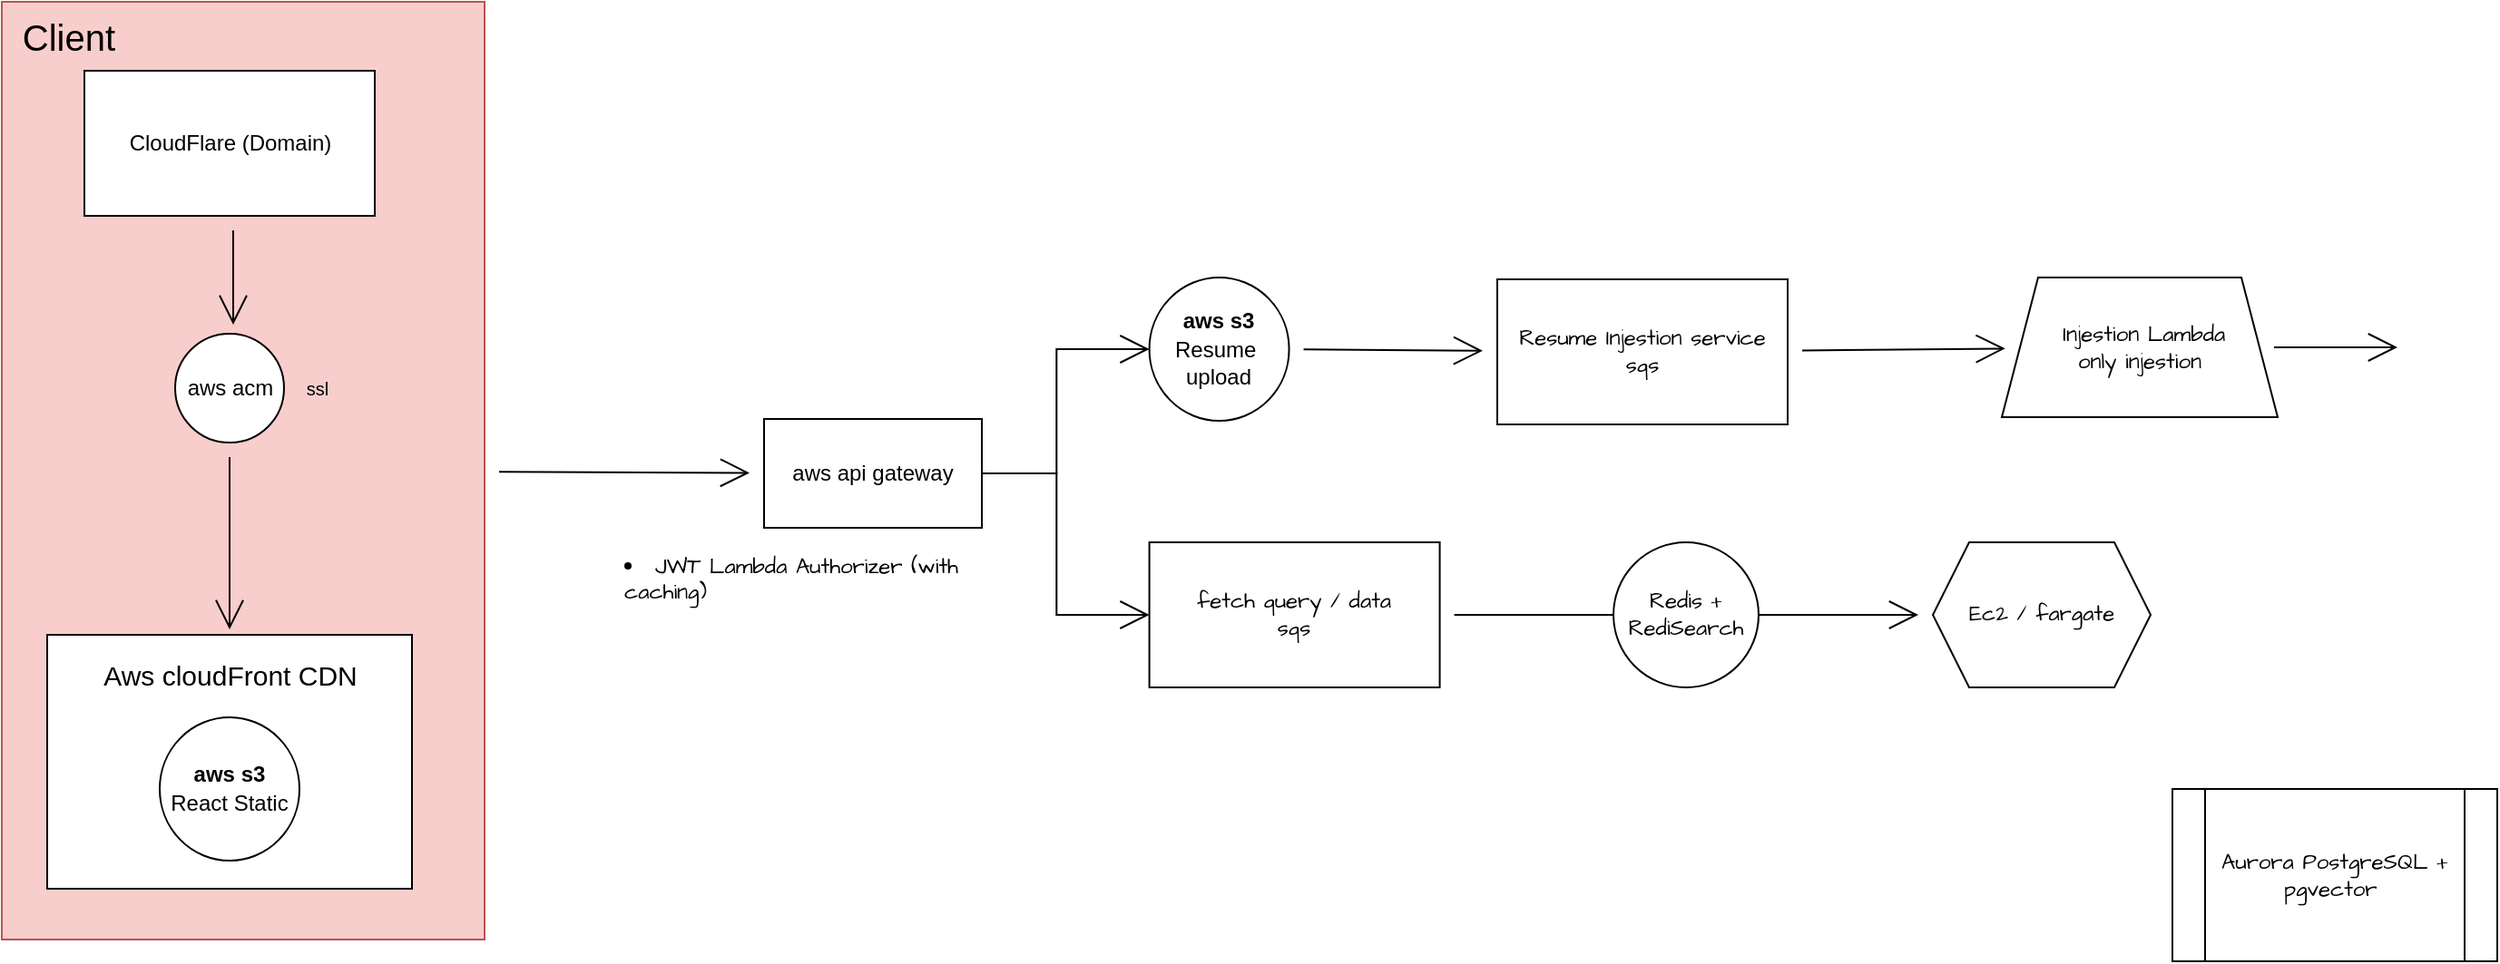
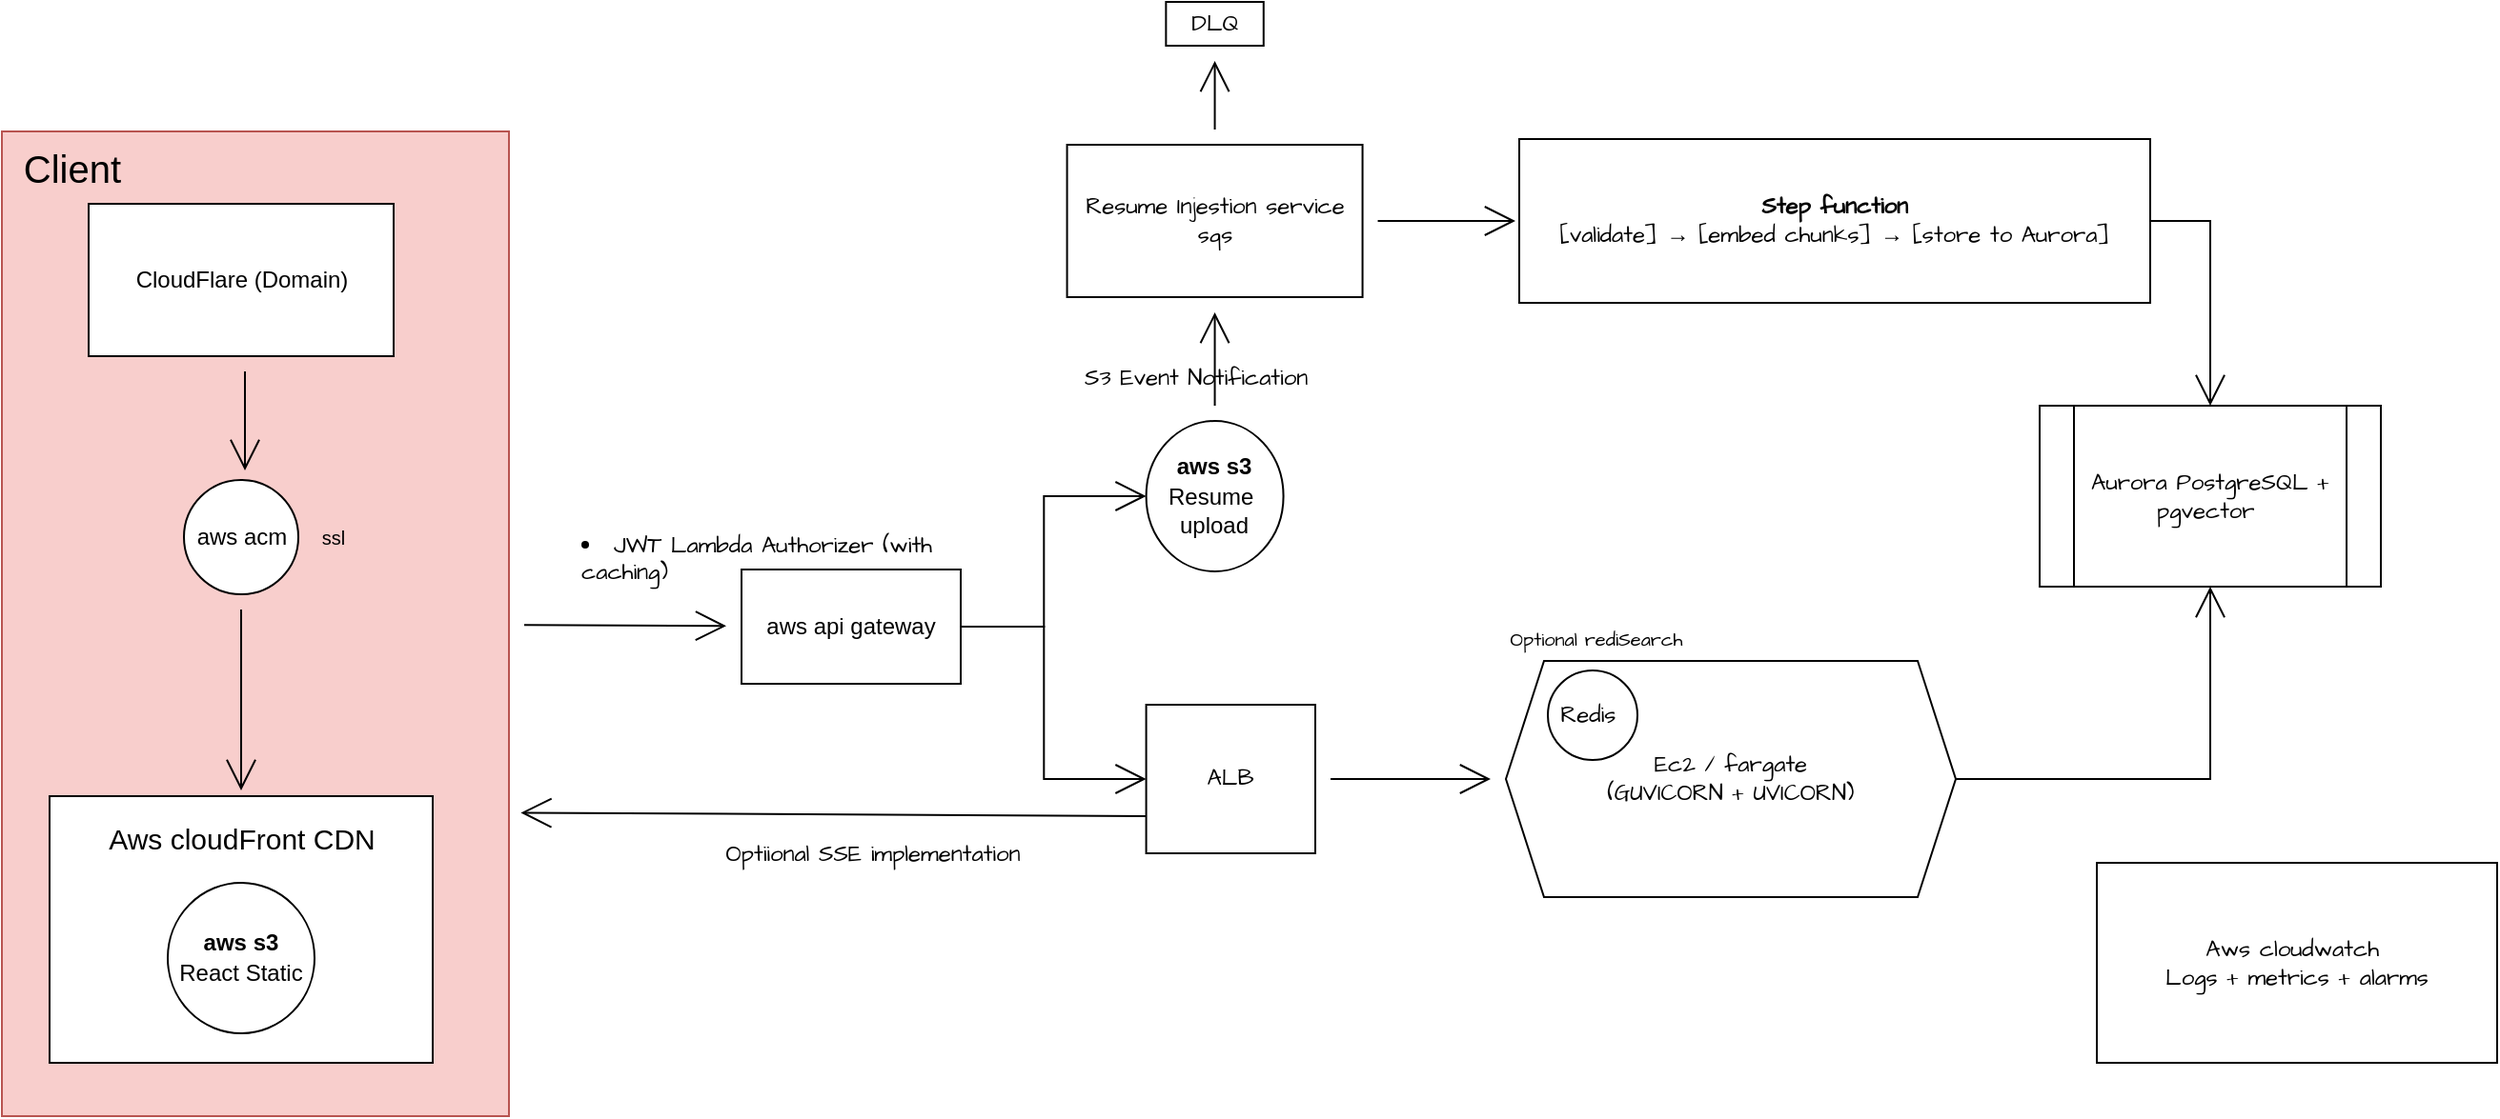
<mxfile host="app.diagrams.net">
  <diagram name="Page-1" id="SOHPCcRNUhLTlrNE90n2">
    <mxGraphModel dx="2760" dy="1299" grid="0" gridSize="10" guides="1" tooltips="1" connect="1" arrows="1" fold="1" page="0" pageScale="1" pageWidth="850" pageHeight="1100" math="0" shadow="0">
      <root>
        <mxCell id="0" />
        <mxCell id="1" parent="0" />
+         <mxCell id="rra6tTRvJPethr66ALMW-63" edge="1" parent="1" source="rra6tTRvJPethr66ALMW-55" style="edgeStyle=orthogonalEdgeStyle;rounded=0;orthogonalLoop=1;jettySize=auto;html=1;exitX=1;exitY=0.5;exitDx=0;exitDy=0;entryX=0.5;entryY=0;entryDx=0;entryDy=0;fontFamily=Architects Daughter;fontSource=https%3A%2F%2Ffonts.googleapis.com%2Fcss%3Ffamily%3DArchitects%2BDaughter;fontSize=16;startSize=14;endArrow=open;endSize=14;sourcePerimeterSpacing=8;targetPerimeterSpacing=8;" target="rra6tTRvJPethr66ALMW-46">
+           <mxGeometry relative="1" as="geometry" />
+         </mxCell>
+         <mxCell id="rra6tTRvJPethr66ALMW-55" parent="1" style="rounded=0;whiteSpace=wrap;html=1;fontFamily=Architects Daughter;fontSource=https%3A%2F%2Ffonts.googleapis.com%2Fcss%3Ffamily%3DArchitects%2BDaughter;" value="&lt;span style=&quot;text-align: left;&quot;&gt;&lt;b&gt;Step function&lt;/b&gt;&lt;br&gt;[validate] → [embed chunks] → [store to Aurora]&lt;/span&gt;" vertex="1">
+           <mxGeometry height="86" width="331" x="96" y="-267" as="geometry" />
+         </mxCell>
        <mxCell id="rra6tTRvJPethr66ALMW-19" edge="1" parent="1" source="rra6tTRvJPethr66ALMW-16" style="edgeStyle=none;curved=1;rounded=0;orthogonalLoop=1;jettySize=auto;html=1;fontFamily=Architects Daughter;fontSource=https%3A%2F%2Ffonts.googleapis.com%2Fcss%3Ffamily%3DArchitects%2BDaughter;fontSize=16;startSize=14;endArrow=open;endSize=14;sourcePerimeterSpacing=8;targetPerimeterSpacing=8;" target="rra6tTRvJPethr66ALMW-18" value="">
          <mxGeometry relative="1" as="geometry" />
        </mxCell>
        <mxCell id="rra6tTRvJPethr66ALMW-16" parent="1" style="rounded=0;whiteSpace=wrap;html=1;fontFamily=Architects Daughter;fontSource=https%3A%2F%2Ffonts.googleapis.com%2Fcss%3Ffamily%3DArchitects%2BDaughter;fillColor=#f8cecc;strokeColor=#b85450;" value="" vertex="1">
          <mxGeometry height="517" width="266" x="-700" y="-271" as="geometry" />
        </mxCell>
        <mxCell id="rra6tTRvJPethr66ALMW-2" parent="1" style="rounded=0;whiteSpace=wrap;html=1;fontFamily=Architects Daughter;fontSource=https%3A%2F%2Ffonts.googleapis.com%2Fcss%3Ffamily%3DArchitects%2BDaughter;" value="" vertex="1">
          <mxGeometry height="140" width="201" x="-675" y="78" as="geometry" />
        </mxCell>
        <mxCell id="rra6tTRvJPethr66ALMW-1" parent="1" style="ellipse;whiteSpace=wrap;html=1;fontFamily=Architects Daughter;fontSource=https%3A%2F%2Ffonts.googleapis.com%2Fcss%3Ffamily%3DArchitects%2BDaughter;" value="&lt;font face=&quot;Helvetica&quot;&gt;&lt;b&gt;aws s3&lt;/b&gt;&lt;br&gt;React Static&lt;/font&gt;" vertex="1">
          <mxGeometry height="79" width="77" x="-613" y="123.5" as="geometry" />
        </mxCell>
        <mxCell id="rra6tTRvJPethr66ALMW-3" parent="1" style="text;html=1;whiteSpace=wrap;strokeColor=none;fillColor=none;align=center;verticalAlign=middle;rounded=0;fontSize=20;fontFamily=Helvetica;" value="&lt;font style=&quot;font-size: 15px;&quot;&gt;Aws cloudFront CDN&lt;/font&gt;" vertex="1">
          <mxGeometry height="30" width="186" x="-667.5" y="83" as="geometry" />
        </mxCell>
        <mxCell id="rra6tTRvJPethr66ALMW-10" edge="1" parent="1" style="edgeStyle=none;curved=1;rounded=0;orthogonalLoop=1;jettySize=auto;html=1;fontFamily=Architects Daughter;fontSource=https%3A%2F%2Ffonts.googleapis.com%2Fcss%3Ffamily%3DArchitects%2BDaughter;fontSize=16;startSize=14;endArrow=open;endSize=14;sourcePerimeterSpacing=8;targetPerimeterSpacing=8;" value="">
          <mxGeometry relative="1" as="geometry">
            <mxPoint x="-572.5" y="-145" as="sourcePoint" />
            <mxPoint x="-572.5" y="-93" as="targetPoint" />
          </mxGeometry>
        </mxCell>
        <mxCell id="rra6tTRvJPethr66ALMW-5" parent="1" style="rounded=0;whiteSpace=wrap;html=1;fontFamily=Helvetica;" value="CloudFlare (Domain)" vertex="1">
          <mxGeometry height="80" width="160" x="-654.5" y="-233" as="geometry" />
        </mxCell>
        <mxCell id="rra6tTRvJPethr66ALMW-14" edge="1" parent="1" source="rra6tTRvJPethr66ALMW-12" style="edgeStyle=none;curved=1;rounded=0;orthogonalLoop=1;jettySize=auto;html=1;fontFamily=Architects Daughter;fontSource=https%3A%2F%2Ffonts.googleapis.com%2Fcss%3Ffamily%3DArchitects%2BDaughter;fontSize=16;startSize=14;endArrow=open;endSize=14;sourcePerimeterSpacing=8;targetPerimeterSpacing=8;" target="rra6tTRvJPethr66ALMW-3" value="">
          <mxGeometry relative="1" as="geometry" />
        </mxCell>
        <mxCell id="rra6tTRvJPethr66ALMW-12" parent="1" style="ellipse;whiteSpace=wrap;html=1;fontFamily=Architects Daughter;fontSource=https%3A%2F%2Ffonts.googleapis.com%2Fcss%3Ffamily%3DArchitects%2BDaughter;" value="&lt;font face=&quot;Helvetica&quot;&gt;aws acm&lt;/font&gt;" vertex="1">
          <mxGeometry height="60" width="60" x="-604.5" y="-88" as="geometry" />
        </mxCell>
        <mxCell id="rra6tTRvJPethr66ALMW-15" parent="1" style="text;html=1;whiteSpace=wrap;strokeColor=none;fillColor=none;align=center;verticalAlign=middle;rounded=0;fontSize=10;fontFamily=Helvetica;" value="&lt;font&gt;ssl&lt;/font&gt;" vertex="1">
          <mxGeometry height="18" width="32" x="-542" y="-67" as="geometry" />
        </mxCell>
        <mxCell id="rra6tTRvJPethr66ALMW-17" parent="1" style="text;html=1;whiteSpace=wrap;strokeColor=none;fillColor=none;align=center;verticalAlign=middle;rounded=0;fontSize=20;fontFamily=Architects Daughter;fontSource=https%3A%2F%2Ffonts.googleapis.com%2Fcss%3Ffamily%3DArchitects%2BDaughter;" value="&lt;font face=&quot;Helvetica&quot;&gt;Client&lt;/font&gt;" vertex="1">
          <mxGeometry height="30" width="60" x="-693" y="-266" as="geometry" />
        </mxCell>
        <mxCell id="rra6tTRvJPethr66ALMW-27" edge="1" parent="1" source="rra6tTRvJPethr66ALMW-18" style="edgeStyle=orthogonalEdgeStyle;rounded=0;orthogonalLoop=1;jettySize=auto;html=1;fontFamily=Architects Daughter;fontSource=https%3A%2F%2Ffonts.googleapis.com%2Fcss%3Ffamily%3DArchitects%2BDaughter;fontSize=16;startSize=14;endArrow=open;endSize=14;sourcePerimeterSpacing=8;targetPerimeterSpacing=8;entryX=0;entryY=0.5;entryDx=0;entryDy=0;" target="rra6tTRvJPethr66ALMW-42" value="">
          <mxGeometry relative="1" as="geometry">
-             <mxPoint x="-71" y="-13.867567567567448" as="targetPoint" />
+             <mxPoint x="-103" y="-13.867567567567448" as="targetPoint" />
          </mxGeometry>
        </mxCell>
        <mxCell id="rra6tTRvJPethr66ALMW-47" edge="1" parent="1" source="rra6tTRvJPethr66ALMW-18" style="edgeStyle=orthogonalEdgeStyle;rounded=0;orthogonalLoop=1;jettySize=auto;html=1;exitX=1;exitY=0.5;exitDx=0;exitDy=0;entryX=0;entryY=0.5;entryDx=0;entryDy=0;fontFamily=Architects Daughter;fontSource=https%3A%2F%2Ffonts.googleapis.com%2Fcss%3Ffamily%3DArchitects%2BDaughter;fontSize=16;startSize=14;endArrow=open;endSize=14;sourcePerimeterSpacing=8;targetPerimeterSpacing=8;" target="rra6tTRvJPethr66ALMW-22">
          <mxGeometry relative="1" as="geometry" />
        </mxCell>
        <mxCell id="rra6tTRvJPethr66ALMW-18" parent="1" style="whiteSpace=wrap;html=1;fontFamily=Architects Daughter;rounded=0;fontSource=https%3A%2F%2Ffonts.googleapis.com%2Fcss%3Ffamily%3DArchitects%2BDaughter;" value="&lt;font face=&quot;Helvetica&quot;&gt;aws api gateway&lt;/font&gt;" vertex="1">
-           <mxGeometry height="60" width="120" x="-280" y="-41" as="geometry" />
+           <mxGeometry height="60" width="115" x="-312" y="-41" as="geometry" />
        </mxCell>
-         <mxCell id="rra6tTRvJPethr66ALMW-34" edge="1" parent="1" source="rra6tTRvJPethr66ALMW-20" style="edgeStyle=none;curved=1;rounded=0;orthogonalLoop=1;jettySize=auto;html=1;fontFamily=Architects Daughter;fontSource=https%3A%2F%2Ffonts.googleapis.com%2Fcss%3Ffamily%3DArchitects%2BDaughter;fontSize=16;startSize=14;endArrow=open;endSize=14;sourcePerimeterSpacing=8;targetPerimeterSpacing=8;" target="rra6tTRvJPethr66ALMW-33" value="">
+         <mxCell id="rra6tTRvJPethr66ALMW-57" edge="1" parent="1" source="rra6tTRvJPethr66ALMW-20" style="edgeStyle=none;curved=1;rounded=0;orthogonalLoop=1;jettySize=auto;html=1;fontFamily=Architects Daughter;fontSource=https%3A%2F%2Ffonts.googleapis.com%2Fcss%3Ffamily%3DArchitects%2BDaughter;fontSize=16;startSize=14;endArrow=open;endSize=14;sourcePerimeterSpacing=8;targetPerimeterSpacing=8;" target="rra6tTRvJPethr66ALMW-56" value="">
          <mxGeometry relative="1" as="geometry" />
        </mxCell>
-         <mxCell id="rra6tTRvJPethr66ALMW-20" parent="1" style="rounded=0;whiteSpace=wrap;html=1;fontFamily=Architects Daughter;fontSource=https%3A%2F%2Ffonts.googleapis.com%2Fcss%3Ffamily%3DArchitects%2BDaughter;" value="Resume Injestion service&lt;br&gt;sqs" vertex="1">
-           <mxGeometry height="80" width="160" x="124" y="-118" as="geometry" />
-         </mxCell>
-         <mxCell id="rra6tTRvJPethr66ALMW-22" parent="1" style="rounded=0;whiteSpace=wrap;html=1;fontFamily=Architects Daughter;fontSource=https%3A%2F%2Ffonts.googleapis.com%2Fcss%3Ffamily%3DArchitects%2BDaughter;" value="fetch query / data&lt;br&gt;sqs" vertex="1">
-           <mxGeometry height="80" width="160" x="-67.71000000000001" y="27" as="geometry" />
-         </mxCell>
-         <mxCell id="rra6tTRvJPethr66ALMW-45" edge="1" parent="1" source="rra6tTRvJPethr66ALMW-33" style="edgeStyle=none;curved=1;rounded=0;orthogonalLoop=1;jettySize=auto;html=1;fontFamily=Architects Daughter;fontSource=https%3A%2F%2Ffonts.googleapis.com%2Fcss%3Ffamily%3DArchitects%2BDaughter;fontSize=16;startSize=14;endArrow=open;endSize=14;sourcePerimeterSpacing=8;targetPerimeterSpacing=8;" value="">
+         <mxCell id="rra6tTRvJPethr66ALMW-58" edge="1" parent="1" source="rra6tTRvJPethr66ALMW-20" style="edgeStyle=none;curved=1;rounded=0;orthogonalLoop=1;jettySize=auto;html=1;fontFamily=Architects Daughter;fontSource=https%3A%2F%2Ffonts.googleapis.com%2Fcss%3Ffamily%3DArchitects%2BDaughter;fontSize=16;startSize=14;endArrow=open;endSize=14;sourcePerimeterSpacing=8;targetPerimeterSpacing=8;" value="">
          <mxGeometry relative="1" as="geometry">
-             <mxPoint x="620" y="-80.5" as="targetPoint" />
+             <mxPoint x="94.00000000000045" y="-224" as="targetPoint" />
          </mxGeometry>
        </mxCell>
-         <mxCell id="rra6tTRvJPethr66ALMW-33" parent="1" style="shape=trapezoid;perimeter=trapezoidPerimeter;whiteSpace=wrap;html=1;fixedSize=1;fontFamily=Architects Daughter;rounded=0;fontSource=https%3A%2F%2Ffonts.googleapis.com%2Fcss%3Ffamily%3DArchitects%2BDaughter;" value="&amp;nbsp;Injestion Lambda&lt;br&gt;only injestion" vertex="1">
-           <mxGeometry height="77" width="152" x="402" y="-119" as="geometry" />
+         <mxCell id="rra6tTRvJPethr66ALMW-20" parent="1" style="rounded=0;whiteSpace=wrap;html=1;fontFamily=Architects Daughter;fontSource=https%3A%2F%2Ffonts.googleapis.com%2Fcss%3Ffamily%3DArchitects%2BDaughter;" value="Resume Injestion service&lt;br&gt;sqs" vertex="1">
+           <mxGeometry height="80" width="155" x="-141.22000000000003" y="-264" as="geometry" />
+         </mxCell>
+         <mxCell id="rra6tTRvJPethr66ALMW-51" edge="1" parent="1" source="rra6tTRvJPethr66ALMW-22" style="edgeStyle=none;curved=1;rounded=0;orthogonalLoop=1;jettySize=auto;html=1;exitX=0;exitY=0.75;exitDx=0;exitDy=0;fontFamily=Architects Daughter;fontSource=https%3A%2F%2Ffonts.googleapis.com%2Fcss%3Ffamily%3DArchitects%2BDaughter;fontSize=16;startSize=14;endArrow=open;endSize=14;sourcePerimeterSpacing=8;targetPerimeterSpacing=8;">
+           <mxGeometry relative="1" as="geometry">
+             <mxPoint x="-427.7921840122767" y="86.71428571428578" as="targetPoint" />
+           </mxGeometry>
+         </mxCell>
+         <mxCell id="rra6tTRvJPethr66ALMW-22" parent="1" style="rounded=0;whiteSpace=wrap;html=1;fontFamily=Architects Daughter;fontSource=https%3A%2F%2Ffonts.googleapis.com%2Fcss%3Ffamily%3DArchitects%2BDaughter;" value="ALB" vertex="1">
+           <mxGeometry height="78" width="88.71" x="-99.71" y="30" as="geometry" />
        </mxCell>
        <mxCell id="rra6tTRvJPethr66ALMW-41" parent="1" style="text;whiteSpace=wrap;html=1;fontFamily=Architects Daughter;fontSource=https%3A%2F%2Ffonts.googleapis.com%2Fcss%3Ffamily%3DArchitects%2BDaughter;" value="&lt;li class=&quot;font-claude-response-body whitespace-normal break-words pl-2&quot;&gt;JWT Lambda Authorizer (with caching)&lt;/li&gt;" vertex="1">
-           <mxGeometry height="34.14" width="232.29" x="-359" y="27" as="geometry" />
+           <mxGeometry height="34.14" width="232.29" x="-398" y="-67" as="geometry" />
        </mxCell>
        <mxCell id="rra6tTRvJPethr66ALMW-43" edge="1" parent="1" source="rra6tTRvJPethr66ALMW-42" style="edgeStyle=none;curved=1;rounded=0;orthogonalLoop=1;jettySize=auto;html=1;fontFamily=Architects Daughter;fontSource=https%3A%2F%2Ffonts.googleapis.com%2Fcss%3Ffamily%3DArchitects%2BDaughter;fontSize=16;startSize=14;endArrow=open;endSize=14;sourcePerimeterSpacing=8;targetPerimeterSpacing=8;" target="rra6tTRvJPethr66ALMW-20" value="">
          <mxGeometry relative="1" as="geometry" />
        </mxCell>
        <mxCell id="rra6tTRvJPethr66ALMW-42" parent="1" style="ellipse;whiteSpace=wrap;html=1;fontFamily=Architects Daughter;fontSource=https%3A%2F%2Ffonts.googleapis.com%2Fcss%3Ffamily%3DArchitects%2BDaughter;" value="&lt;font face=&quot;Helvetica&quot;&gt;&lt;b&gt;aws s3&lt;/b&gt;&lt;br&gt;Resume&amp;nbsp; upload&lt;/font&gt;" vertex="1">
-           <mxGeometry height="79" width="77" x="-67.71" y="-119" as="geometry" />
+           <mxGeometry height="79" width="72" x="-99.71" y="-119" as="geometry" />
        </mxCell>
        <mxCell id="rra6tTRvJPethr66ALMW-46" parent="1" style="shape=process;whiteSpace=wrap;html=1;backgroundOutline=1;fontFamily=Architects Daughter;fontSource=https%3A%2F%2Ffonts.googleapis.com%2Fcss%3Ffamily%3DArchitects%2BDaughter;" value="Aurora PostgreSQL + pgvector&amp;nbsp;" vertex="1">
-           <mxGeometry height="95" width="179" x="496" y="163" as="geometry" />
+           <mxGeometry height="95" width="179" x="369" y="-127" as="geometry" />
        </mxCell>
        <mxCell id="rra6tTRvJPethr66ALMW-48" edge="1" parent="1" source="rra6tTRvJPethr66ALMW-22" style="edgeStyle=none;curved=1;rounded=0;orthogonalLoop=1;jettySize=auto;html=1;fontFamily=Architects Daughter;fontSource=https%3A%2F%2Ffonts.googleapis.com%2Fcss%3Ffamily%3DArchitects%2BDaughter;fontSize=16;startSize=14;endArrow=open;endSize=14;sourcePerimeterSpacing=8;targetPerimeterSpacing=8;" target="rra6tTRvJPethr66ALMW-38" value="">
          <mxGeometry relative="1" as="geometry">
            <mxPoint x="100" y="65" as="sourcePoint" />
            <mxPoint x="417.5943068734091" y="60.00960425827361" as="targetPoint" />
          </mxGeometry>
        </mxCell>
-         <mxCell id="rra6tTRvJPethr66ALMW-38" parent="1" style="shape=hexagon;perimeter=hexagonPerimeter2;whiteSpace=wrap;html=1;fixedSize=1;fontFamily=Architects Daughter;fontSource=https%3A%2F%2Ffonts.googleapis.com%2Fcss%3Ffamily%3DArchitects%2BDaughter;" value="Ec2 / fargate" vertex="1">
-           <mxGeometry height="80" width="120" x="364" y="27" as="geometry" />
+         <mxCell id="rra6tTRvJPethr66ALMW-64" edge="1" parent="1" source="rra6tTRvJPethr66ALMW-38" style="edgeStyle=orthogonalEdgeStyle;rounded=0;orthogonalLoop=1;jettySize=auto;html=1;exitX=1;exitY=0.5;exitDx=0;exitDy=0;entryX=0.5;entryY=1;entryDx=0;entryDy=0;fontFamily=Architects Daughter;fontSource=https%3A%2F%2Ffonts.googleapis.com%2Fcss%3Ffamily%3DArchitects%2BDaughter;fontSize=16;startSize=14;endArrow=open;endSize=14;sourcePerimeterSpacing=8;targetPerimeterSpacing=8;" target="rra6tTRvJPethr66ALMW-46">
+           <mxGeometry relative="1" as="geometry" />
        </mxCell>
-         <mxCell id="rra6tTRvJPethr66ALMW-50" parent="1" style="ellipse;whiteSpace=wrap;html=1;fontFamily=Architects Daughter;fontSource=https%3A%2F%2Ffonts.googleapis.com%2Fcss%3Ffamily%3DArchitects%2BDaughter;" value="Redis + RediSearch" vertex="1">
-           <mxGeometry height="80" width="80" x="188" y="27" as="geometry" />
+         <mxCell id="rra6tTRvJPethr66ALMW-38" parent="1" style="shape=hexagon;perimeter=hexagonPerimeter2;whiteSpace=wrap;html=1;fixedSize=1;fontFamily=Architects Daughter;fontSource=https%3A%2F%2Ffonts.googleapis.com%2Fcss%3Ffamily%3DArchitects%2BDaughter;" value="Ec2 / fargate&lt;br&gt;(GUVICORN + UVICORN)" vertex="1">
+           <mxGeometry height="124" width="236" x="89" y="7" as="geometry" />
+         </mxCell>
+         <mxCell id="rra6tTRvJPethr66ALMW-50" parent="1" style="ellipse;whiteSpace=wrap;html=1;fontFamily=Architects Daughter;fontSource=https%3A%2F%2Ffonts.googleapis.com%2Fcss%3Ffamily%3DArchitects%2BDaughter;" value="Redis&amp;nbsp;" vertex="1">
+           <mxGeometry height="47" width="47" x="111" y="12" as="geometry" />
+         </mxCell>
+         <mxCell id="rra6tTRvJPethr66ALMW-53" parent="1" style="text;html=1;whiteSpace=wrap;strokeColor=none;fillColor=none;align=center;verticalAlign=middle;rounded=0;fontSize=12;fontFamily=Architects Daughter;fontSource=https%3A%2F%2Ffonts.googleapis.com%2Fcss%3Ffamily%3DArchitects%2BDaughter;" value="Optiional SSE implementation" vertex="1">
+           <mxGeometry height="30" width="272" x="-378.85" y="93.5" as="geometry" />
+         </mxCell>
+         <mxCell id="rra6tTRvJPethr66ALMW-56" parent="1" style="rounded=0;whiteSpace=wrap;html=1;fontFamily=Architects Daughter;fontSource=https%3A%2F%2Ffonts.googleapis.com%2Fcss%3Ffamily%3DArchitects%2BDaughter;" value="DLQ" vertex="1">
+           <mxGeometry height="23" width="51.21" x="-89.32" y="-339" as="geometry" />
+         </mxCell>
+         <mxCell id="rra6tTRvJPethr66ALMW-60" parent="1" style="text;whiteSpace=wrap;html=1;fontFamily=Architects Daughter;fontSource=https%3A%2F%2Ffonts.googleapis.com%2Fcss%3Ffamily%3DArchitects%2BDaughter;" value="S3 Event Notification" vertex="1">
+           <mxGeometry height="36" width="145" x="-134" y="-155.00117675781252" as="geometry" />
+         </mxCell>
+         <mxCell id="rra6tTRvJPethr66ALMW-61" parent="1" style="text;html=1;whiteSpace=wrap;strokeColor=none;fillColor=none;align=center;verticalAlign=middle;rounded=0;fontSize=20;fontFamily=Architects Daughter;fontSource=https%3A%2F%2Ffonts.googleapis.com%2Fcss%3Ffamily%3DArchitects%2BDaughter;" value="&lt;font style=&quot;font-size: 10px;&quot;&gt;Optional rediSearch&lt;/font&gt;" vertex="1">
+           <mxGeometry height="30" width="109" x="82" y="-23" as="geometry" />
+         </mxCell>
+         <mxCell id="rra6tTRvJPethr66ALMW-65" parent="1" style="rounded=0;whiteSpace=wrap;html=1;fontFamily=Architects Daughter;fontSource=https%3A%2F%2Ffonts.googleapis.com%2Fcss%3Ffamily%3DArchitects%2BDaughter;" value="Aws cloudwatch&amp;nbsp;&lt;br&gt;Logs + metrics + alarms" vertex="1">
+           <mxGeometry height="105" width="210" x="399" y="113" as="geometry" />
        </mxCell>
      </root>
    </mxGraphModel>
  </diagram>
</mxfile>
